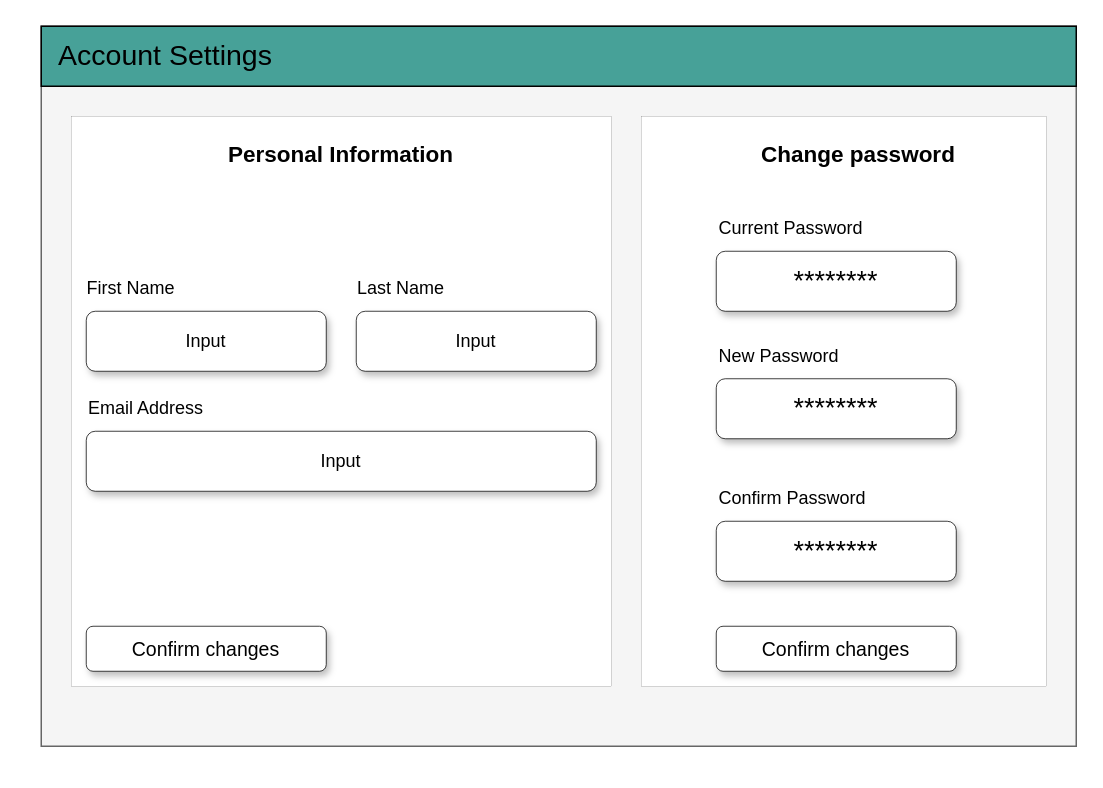
This is page "Account Settings" (8 of 8) of Project_Homework/CFG JobFlow Diagram.drawio from irina-sheveliova/CFG-Job-tracker, a draw.io file, before an edit. Source tidied: cells renumbered, new cells numbered last; positions are measured from the earlier drawing's top-left corner, leaving out a move shared by most shapes. Both pictures are drawn from the tidied source at 150%, with x=0, y=0 at pixel (26, 26).
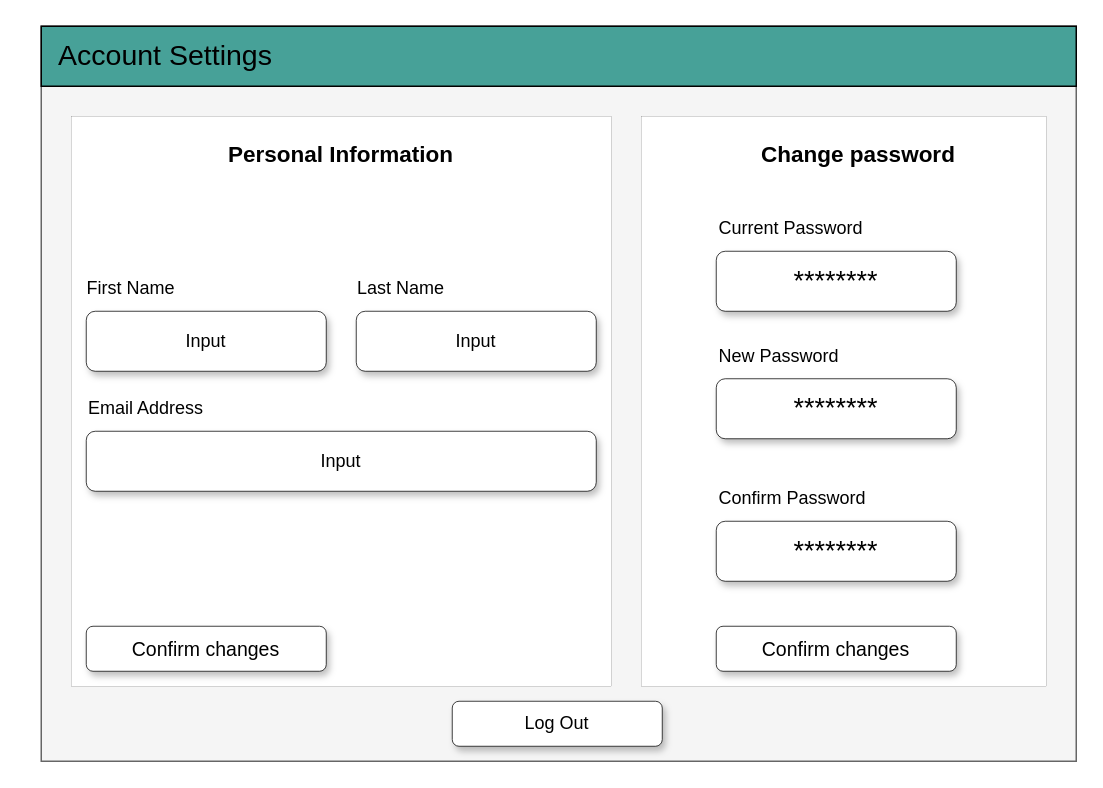
Above is the later version.

Commit message:
Added Log Out button to Account Settings

Diff of the diagram source:
```diff
@@
     <mxCell id="2" style="rounded=0;whiteSpace=wrap;html=1;fillColor=#f5f5f5;fontColor=#333333;strokeColor=#666666;" parent="1" vertex="1">
-      <mxGeometry x="10" width="690" height="480" as="geometry" />
+      <mxGeometry x="10" width="690" height="490" as="geometry" />
     </mxCell>
@@
+    <mxCell id="23" value="Log Out" style="rounded=1;whiteSpace=wrap;html=1;shadow=1;strokeWidth=0.5;" parent="1" vertex="1">
+      <mxGeometry x="284" y="450" width="140" height="30" as="geometry" />
+    </mxCell>
```
